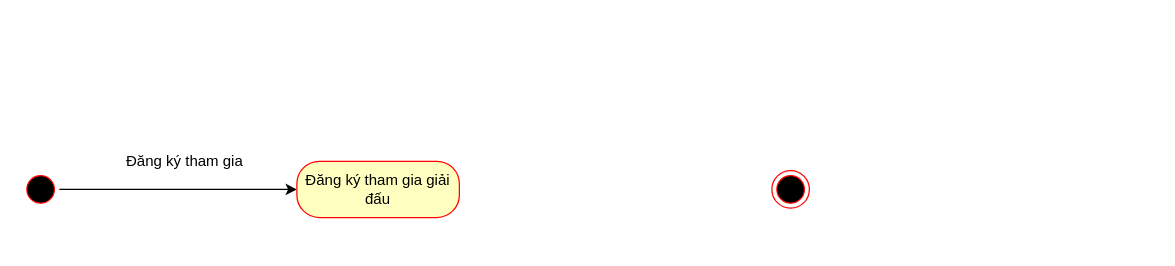
Earlier version of the draw.io diagram page "Đăng ký tham gia" (1 of 9) of Untitled Diagram.drawio (PanJr0109/PanJr0109). Source tidied: cells renumbered, new cells numbered last; positions are measured from the earlier drawing's top-left corner, leaving out a move shared by most shapes. Both pictures are drawn from the tidied source at 125%, with x=0, y=0 at pixel (21, 142).
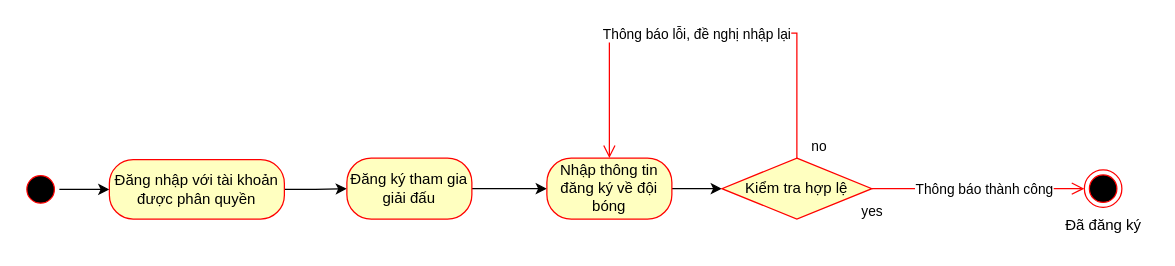
The same page after the edit.

What changed in the source:
```diff
@@
     <mxCell id="2" style="ellipse;html=1;shape=endState;fillColor=#000000;strokeColor=#ff0000;" parent="1" vertex="1">
-      <mxGeometry x="600" y="22" width="30" height="30" as="geometry" />
+      <mxGeometry x="850" y="21.4" width="30" height="30" as="geometry" />
     </mxCell>
@@
+    <mxCell id="7" style="edgeStyle=orthogonalEdgeStyle;rounded=0;jettySize=auto;html=1;" parent="1" edge="1" source="5" target="9">
+      <mxGeometry relative="1" as="geometry" />
+    </mxCell>
-    <mxCell id="5" value="Đăng ký tham gia giải đấu" style="rounded=1;whiteSpace=wrap;html=1;arcSize=40;fontColor=#000000;fillColor=#ffffc0;strokeColor=#ff0000;" parent="1" vertex="1">
-      <mxGeometry x="220" y="14.5" width="130" height="45" as="geometry" />
+    <mxCell id="5" value="Đăng nhập với tài khoản được phân quyền" style="rounded=1;whiteSpace=wrap;html=1;arcSize=40;fontColor=#000000;fillColor=#ffffc0;strokeColor=#ff0000;" parent="1" vertex="1">
+      <mxGeometry x="70" y="13.2" width="140" height="47.5" as="geometry" />
     </mxCell>
-    <mxCell id="6" value="Đăng ký tham gia" style="text;html=1;align=center;verticalAlign=middle;strokeColor=none;fillColor=none;" parent="1" vertex="1">
-      <mxGeometry x="70" width="120" height="30" as="geometry" />
-    </mxCell>
+    <mxCell id="8" style="edgeStyle=orthogonalEdgeStyle;rounded=0;jettySize=auto;html=1;" parent="1" edge="1" source="9" target="11">
+      <mxGeometry relative="1" as="geometry" />
+    </mxCell>
+    <mxCell id="9" value="Đăng ký tham gia giải đấu" style="rounded=1;whiteSpace=wrap;html=1;arcSize=40;fontColor=#000000;fillColor=#ffffc0;strokeColor=#ff0000;" parent="1" vertex="1">
+      <mxGeometry x="260" y="12" width="100" height="48.8" as="geometry" />
+    </mxCell>
+    <mxCell id="10" style="edgeStyle=orthogonalEdgeStyle;rounded=0;jettySize=auto;html=1;" parent="1" edge="1" source="11" target="12">
+      <mxGeometry relative="1" as="geometry" />
+    </mxCell>
+    <mxCell id="11" value="Nhập thông tin đăng ký về đội bóng" style="rounded=1;whiteSpace=wrap;html=1;arcSize=40;fontColor=#000000;fillColor=#ffffc0;strokeColor=#ff0000;" parent="1" vertex="1">
+      <mxGeometry x="420" y="12" width="100" height="48.8" as="geometry" />
+    </mxCell>
+    <mxCell id="12" value="Kiểm tra hợp lệ" style="rhombus;whiteSpace=wrap;html=1;fontColor=#000000;fillColor=#ffffc0;strokeColor=#ff0000;" parent="1" vertex="1">
+      <mxGeometry x="560" y="12" width="120" height="48.8" as="geometry" />
+    </mxCell>
+    <mxCell id="13" value="no" style="edgeStyle=orthogonalEdgeStyle;html=1;align=left;verticalAlign=bottom;endArrow=open;endSize=8;strokeColor=#ff0000;rounded=0;entryX=0.5;entryY=0;entryDx=0;entryDy=0;" parent="1" edge="1" source="12" target="11">
+      <mxGeometry x="-1" y="-10" relative="1" as="geometry">
+        <Array as="points">
+          <mxPoint x="620" y="-88" />
+          <mxPoint x="470" y="-88" />
+        </Array>
+      </mxGeometry>
+    </mxCell>
+    <mxCell id="14" value="Thông báo lỗi, đề nghị nhập lại" style="edgeLabel;html=1;align=center;verticalAlign=middle;" parent="13" vertex="1">
+      <mxGeometry x="0.16" y="-2" relative="1" as="geometry">
+        <mxPoint x="22" y="2" as="offset" />
+      </mxGeometry>
+    </mxCell>
+    <mxCell id="15" value="yes" style="edgeStyle=orthogonalEdgeStyle;html=1;align=left;verticalAlign=top;endArrow=open;endSize=8;strokeColor=#ff0000;rounded=0;entryX=0;entryY=0.5;entryDx=0;entryDy=0;" parent="1" edge="1" source="12" target="2">
+      <mxGeometry x="-1" y="-11" relative="1" as="geometry">
+        <Array as="points">
+          <mxPoint x="720" y="36" />
+          <mxPoint x="770" y="37" />
+        </Array>
+        <mxPoint x="-10" y="-5" as="offset" />
+      </mxGeometry>
+    </mxCell>
+    <mxCell id="16" value="Thông báo thành công" style="edgeLabel;html=1;align=center;verticalAlign=middle;" parent="15" vertex="1">
+      <mxGeometry x="0.17" y="1" relative="1" as="geometry">
+        <mxPoint x="-10" y="1" as="offset" />
+      </mxGeometry>
+    </mxCell>
+    <mxCell id="17" value="Đã đăng ký" style="text;html=1;align=center;verticalAlign=middle;strokeColor=none;fillColor=none;" parent="1" vertex="1">
+      <mxGeometry x="825" y="51.4" width="80" height="30" as="geometry" />
+    </mxCell>
```
